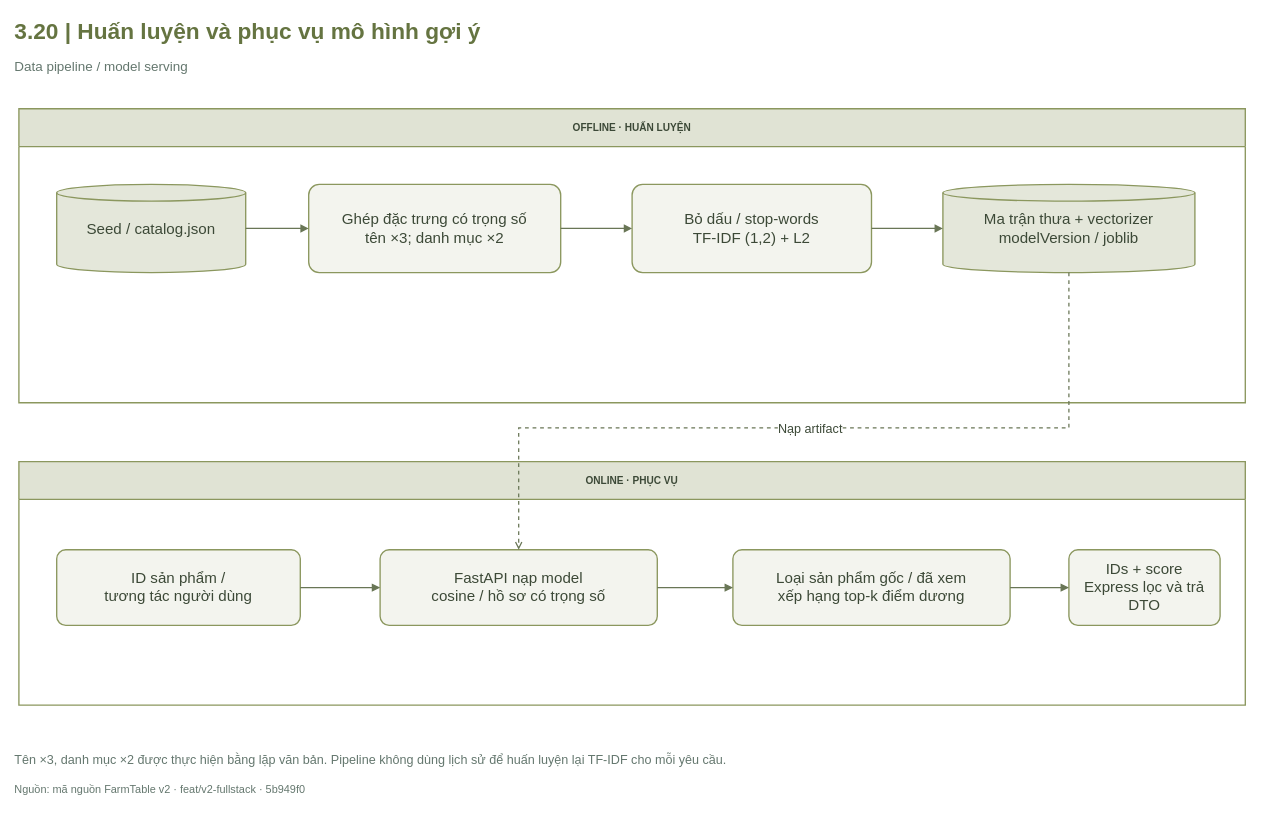
Before: FarmTable_Chuong3/So_do_BA/drawio/Hinh_3_20.drawio in hathu1272006-eng/PTWnangcao, a draw.io diagram. Source tidied: cells renumbered, new cells numbered last; positions are measured from the earlier drawing's top-left corner, leaving out a move shared by most shapes. Both pictures are drawn from the tidied source at 84%, with x=0, y=0 at pixel (14, 14).
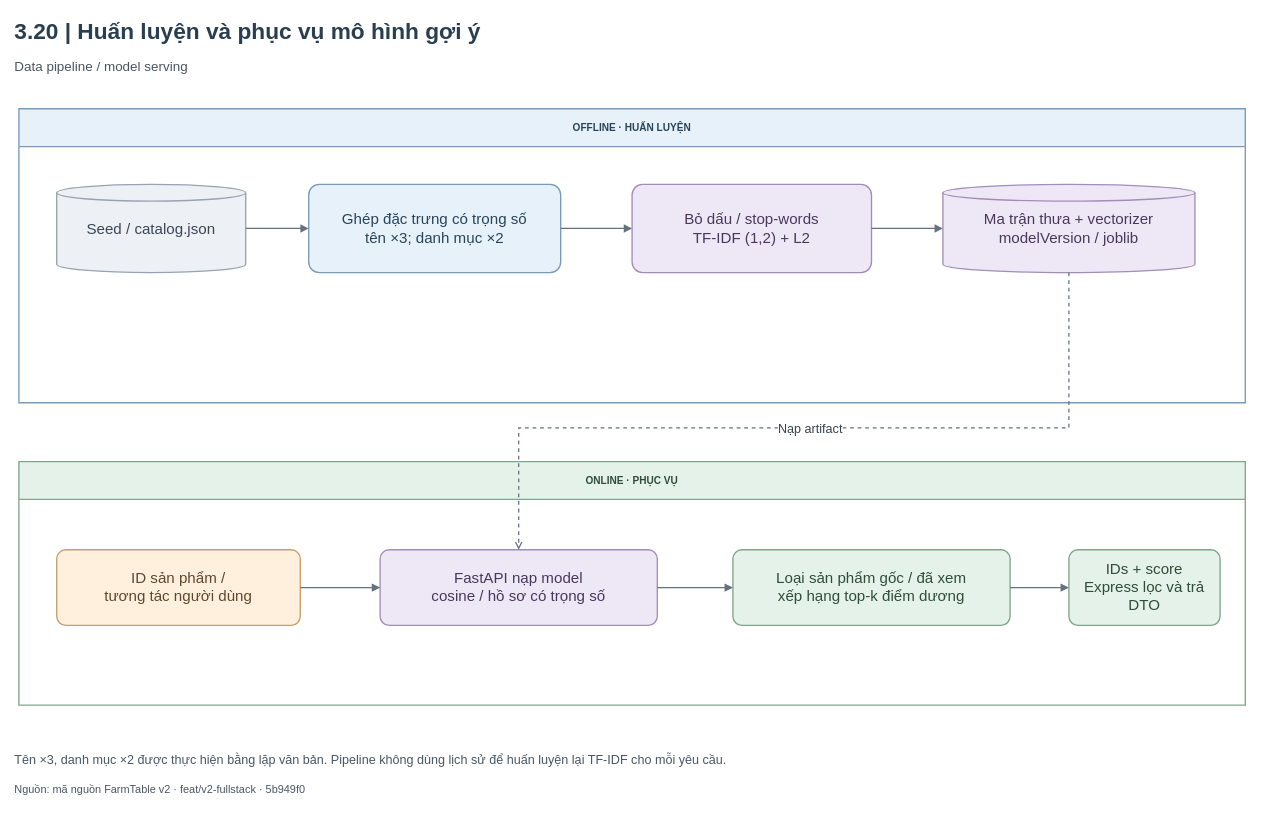
After the change.

Diff of the diagram source:
```diff
@@
-    <mxCell id="2" value="3.20  |  Huấn luyện và phục vụ mô hình gợi ý" style="html=1;whiteSpace=wrap;fontFamily=Arial;fontSize=18;strokeColor=#245C47;strokeWidth=1.6;fillColor=#FFFFFF;spacing=8;text;strokeColor=none;fillColor=none;align=left;verticalAlign=middle;fontSize=27;fontStyle=1;spacing=0;fontColor=#657441;" parent="1" vertex="1">
+    <mxCell id="2" value="3.20  |  Huấn luyện và phục vụ mô hình gợi ý" style="html=1;whiteSpace=wrap;fontFamily=Arial;fontSize=18;strokeColor=#245C47;strokeWidth=1.6;fillColor=#FFFFFF;spacing=8;text;strokeColor=none;fillColor=none;align=left;verticalAlign=middle;fontSize=27;fontStyle=1;spacing=0;fontColor=#293E50;" parent="1" vertex="1">
       <mxGeometry width="1480" height="40" as="geometry" />
     </mxCell>
-    <mxCell id="3" value="Data pipeline / model serving" style="html=1;whiteSpace=wrap;fontFamily=Arial;fontSize=18;fontColor=#243B32;strokeColor=#245C47;strokeWidth=1.6;fillColor=#FFFFFF;spacing=8;text;strokeColor=none;fillColor=none;align=left;verticalAlign=middle;fontSize=16;fontStyle=0;fontColor=#64776E;spacing=0;" parent="1" vertex="1">
+    <mxCell id="3" value="Data pipeline / model serving" style="html=1;whiteSpace=wrap;fontFamily=Arial;fontSize=18;strokeColor=#245C47;strokeWidth=1.6;fillColor=#FFFFFF;spacing=8;text;strokeColor=none;fillColor=none;align=left;verticalAlign=middle;fontSize=16;fontStyle=0;spacing=0;fontColor=#4A5563;" parent="1" vertex="1">
       <mxGeometry y="47" width="1480" height="28" as="geometry" />
     </mxCell>
-    <mxCell id="4" value="OFFLINE · HUẤN LUYỆN" style="html=1;whiteSpace=wrap;fontFamily=Arial;fontSize=18;strokeWidth=1.6;spacing=8;swimlane;horizontal=1;startSize=45;fontStyle=1;fillColor=#E0E3D4;strokeColor=#8B975E;fontColor=#3C4937;swimlaneFillColor=#FFFFFF;" parent="1" vertex="1">
+    <mxCell id="4" value="OFFLINE · HUẤN LUYỆN" style="html=1;whiteSpace=wrap;fontFamily=Arial;fontSize=18;strokeWidth=1.6;spacing=8;swimlane;horizontal=1;startSize=45;fontStyle=1;fillColor=#E7F1FA;strokeColor=#789AB8;fontColor=#29445A;swimlaneFillColor=#FFFFFF;" parent="1" vertex="1">
       <mxGeometry x="5" y="112" width="1460" height="350" as="geometry" />
     </mxCell>
-    <mxCell id="5" value="Seed / catalog.json" style="html=1;whiteSpace=wrap;fontFamily=Arial;fontSize=18;strokeWidth=1.6;spacing=8;shape=cylinder3;size=10;fillColor=#E4E7DA;strokeColor=#8B975E;fontColor=#3C4937;" parent="4" vertex="1">
+    <mxCell id="5" value="Seed / catalog.json" style="html=1;whiteSpace=wrap;fontFamily=Arial;fontSize=18;strokeWidth=1.6;spacing=8;shape=cylinder3;size=10;fillColor=#EDF0F4;strokeColor=#98A3B1;fontColor=#3B4655;" parent="4" vertex="1">
       <mxGeometry x="45" y="90" width="225" height="105" as="geometry" />
     </mxCell>
-    <mxCell id="6" value="Ghép đặc trưng có trọng số&lt;br/&gt;tên ×3; danh mục ×2" style="html=1;whiteSpace=wrap;fontFamily=Arial;fontSize=18;strokeWidth=1.6;spacing=8;rounded=1;arcSize=12;fillColor=#F3F4EE;strokeColor=#8B975E;fontColor=#3C4937;" parent="4" vertex="1">
+    <mxCell id="6" value="Ghép đặc trưng có trọng số&lt;br/&gt;tên ×3; danh mục ×2" style="html=1;whiteSpace=wrap;fontFamily=Arial;fontSize=18;strokeWidth=1.6;spacing=8;rounded=1;arcSize=12;fillColor=#E7F1FA;strokeColor=#789AB8;fontColor=#29445A;" parent="4" vertex="1">
       <mxGeometry x="345" y="90" width="300" height="105" as="geometry" />
     </mxCell>
-    <mxCell id="7" value="Bỏ dấu / stop-words&lt;br/&gt;TF-IDF (1,2) + L2" style="html=1;whiteSpace=wrap;fontFamily=Arial;fontSize=18;strokeWidth=1.6;spacing=8;rounded=1;arcSize=12;fillColor=#F3F4EE;strokeColor=#8B975E;fontColor=#3C4937;" parent="4" vertex="1">
+    <mxCell id="7" value="Bỏ dấu / stop-words&lt;br/&gt;TF-IDF (1,2) + L2" style="html=1;whiteSpace=wrap;fontFamily=Arial;fontSize=18;strokeWidth=1.6;spacing=8;rounded=1;arcSize=12;fillColor=#EEE8F6;strokeColor=#A28DB9;fontColor=#49385B;" parent="4" vertex="1">
       <mxGeometry x="730" y="90" width="285" height="105" as="geometry" />
     </mxCell>
-    <mxCell id="8" value="Ma trận thưa + vectorizer&lt;br/&gt;modelVersion / joblib" style="html=1;whiteSpace=wrap;fontFamily=Arial;fontSize=18;strokeWidth=1.6;spacing=8;shape=cylinder3;size=10;fillColor=#E4E7DA;strokeColor=#8B975E;fontColor=#3C4937;" parent="4" vertex="1">
+    <mxCell id="8" value="Ma trận thưa + vectorizer&lt;br/&gt;modelVersion / joblib" style="html=1;whiteSpace=wrap;fontFamily=Arial;fontSize=18;strokeWidth=1.6;spacing=8;shape=cylinder3;size=10;fillColor=#EEE8F6;strokeColor=#A28DB9;fontColor=#49385B;" parent="4" vertex="1">
       <mxGeometry x="1100" y="90" width="300" height="105" as="geometry" />
     </mxCell>
-    <mxCell id="9" value="ONLINE · PHỤC VỤ" style="html=1;whiteSpace=wrap;fontFamily=Arial;fontSize=18;strokeWidth=1.6;spacing=8;swimlane;horizontal=1;startSize=45;fontStyle=1;fillColor=#E0E3D4;strokeColor=#8B975E;fontColor=#3C4937;swimlaneFillColor=#FFFFFF;" parent="1" vertex="1">
+    <mxCell id="9" value="ONLINE · PHỤC VỤ" style="html=1;whiteSpace=wrap;fontFamily=Arial;fontSize=18;strokeWidth=1.6;spacing=8;swimlane;horizontal=1;startSize=45;fontStyle=1;fillColor=#E4F2E9;strokeColor=#7FA58B;fontColor=#304D3A;swimlaneFillColor=#FFFFFF;" parent="1" vertex="1">
       <mxGeometry x="5" y="532" width="1460" height="290" as="geometry" />
     </mxCell>
-    <mxCell id="10" value="ID sản phẩm /&lt;br/&gt;tương tác người dùng" style="html=1;whiteSpace=wrap;fontFamily=Arial;fontSize=18;strokeWidth=1.6;spacing=8;rounded=1;arcSize=12;fillColor=#F3F4EE;strokeColor=#8B975E;fontColor=#3C4937;" parent="9" vertex="1">
+    <mxCell id="10" value="ID sản phẩm /&lt;br/&gt;tương tác người dùng" style="html=1;whiteSpace=wrap;fontFamily=Arial;fontSize=18;strokeWidth=1.6;spacing=8;rounded=1;arcSize=12;fillColor=#FFF0DD;strokeColor=#C5A06C;fontColor=#5E482C;" parent="9" vertex="1">
       <mxGeometry x="45" y="105" width="290" height="90" as="geometry" />
     </mxCell>
-    <mxCell id="11" value="FastAPI nạp model&lt;br/&gt;cosine / hồ sơ có trọng số" style="html=1;whiteSpace=wrap;fontFamily=Arial;fontSize=18;strokeWidth=1.6;spacing=8;rounded=1;arcSize=12;fillColor=#F3F4EE;strokeColor=#8B975E;fontColor=#3C4937;" parent="9" vertex="1">
+    <mxCell id="11" value="FastAPI nạp model&lt;br/&gt;cosine / hồ sơ có trọng số" style="html=1;whiteSpace=wrap;fontFamily=Arial;fontSize=18;strokeWidth=1.6;spacing=8;rounded=1;arcSize=12;fillColor=#EEE8F6;strokeColor=#A28DB9;fontColor=#49385B;" parent="9" vertex="1">
       <mxGeometry x="430" y="105" width="330" height="90" as="geometry" />
     </mxCell>
-    <mxCell id="12" value="Loại sản phẩm gốc / đã xem&lt;br/&gt;xếp hạng top-k điểm dương" style="html=1;whiteSpace=wrap;fontFamily=Arial;fontSize=18;strokeWidth=1.6;spacing=8;rounded=1;arcSize=12;fillColor=#F3F4EE;strokeColor=#8B975E;fontColor=#3C4937;" parent="9" vertex="1">
+    <mxCell id="12" value="Loại sản phẩm gốc / đã xem&lt;br/&gt;xếp hạng top-k điểm dương" style="html=1;whiteSpace=wrap;fontFamily=Arial;fontSize=18;strokeWidth=1.6;spacing=8;rounded=1;arcSize=12;fillColor=#E4F2E9;strokeColor=#7FA58B;fontColor=#304D3A;" parent="9" vertex="1">
       <mxGeometry x="850" y="105" width="330" height="90" as="geometry" />
     </mxCell>
-    <mxCell id="13" value="IDs + score&lt;br/&gt;Express lọc và trả DTO" style="html=1;whiteSpace=wrap;fontFamily=Arial;fontSize=18;strokeWidth=1.6;spacing=8;rounded=1;arcSize=12;fillColor=#F3F4EE;strokeColor=#8B975E;fontColor=#3C4937;" parent="9" vertex="1">
+    <mxCell id="13" value="IDs + score&lt;br/&gt;Express lọc và trả DTO" style="html=1;whiteSpace=wrap;fontFamily=Arial;fontSize=18;strokeWidth=1.6;spacing=8;rounded=1;arcSize=12;fillColor=#E4F2E9;strokeColor=#7FA58B;fontColor=#304D3A;" parent="9" vertex="1">
       <mxGeometry x="1250" y="105" width="180" height="90" as="geometry" />
     </mxCell>
-    <mxCell id="14" style="edgeStyle=orthogonalEdgeStyle;rounded=0;jettySize=20;html=1;fontFamily=Arial;fontSize=15;labelBackgroundColor=#FFFFFF;strokeWidth=1.5;endArrow=block;endFill=1;exitX=1;exitY=0.5;entryX=0;entryY=0.5;exitDx=0;exitDy=0;entryDx=0;entryDy=0;strokeColor=#697656;fontColor=#3C4937;" parent="1" edge="1" source="5" target="6">
+    <mxCell id="14" style="edgeStyle=orthogonalEdgeStyle;rounded=0;jettySize=20;html=1;fontFamily=Arial;fontSize=15;labelBackgroundColor=#FFFFFF;strokeWidth=1.5;endArrow=block;endFill=1;exitX=1;exitY=0.5;entryX=0;entryY=0.5;exitDx=0;exitDy=0;entryDx=0;entryDy=0;strokeColor=#65717D;fontColor=#364152;" parent="1" edge="1" source="5" target="6">
       <mxGeometry relative="1" as="geometry" />
     </mxCell>
-    <mxCell id="15" style="edgeStyle=orthogonalEdgeStyle;rounded=0;jettySize=20;html=1;fontFamily=Arial;fontSize=15;labelBackgroundColor=#FFFFFF;strokeWidth=1.5;endArrow=block;endFill=1;exitX=1;exitY=0.5;entryX=0;entryY=0.5;exitDx=0;exitDy=0;entryDx=0;entryDy=0;strokeColor=#697656;fontColor=#3C4937;" parent="1" edge="1" source="6" target="7">
+    <mxCell id="15" style="edgeStyle=orthogonalEdgeStyle;rounded=0;jettySize=20;html=1;fontFamily=Arial;fontSize=15;labelBackgroundColor=#FFFFFF;strokeWidth=1.5;endArrow=block;endFill=1;exitX=1;exitY=0.5;entryX=0;entryY=0.5;exitDx=0;exitDy=0;entryDx=0;entryDy=0;strokeColor=#65717D;fontColor=#364152;" parent="1" edge="1" source="6" target="7">
       <mxGeometry relative="1" as="geometry" />
     </mxCell>
-    <mxCell id="16" style="edgeStyle=orthogonalEdgeStyle;rounded=0;jettySize=20;html=1;fontFamily=Arial;fontSize=15;labelBackgroundColor=#FFFFFF;strokeWidth=1.5;endArrow=block;endFill=1;exitX=1;exitY=0.5;entryX=0;entryY=0.5;exitDx=0;exitDy=0;entryDx=0;entryDy=0;strokeColor=#697656;fontColor=#3C4937;" parent="1" edge="1" source="7" target="8">
+    <mxCell id="16" style="edgeStyle=orthogonalEdgeStyle;rounded=0;jettySize=20;html=1;fontFamily=Arial;fontSize=15;labelBackgroundColor=#FFFFFF;strokeWidth=1.5;endArrow=block;endFill=1;exitX=1;exitY=0.5;entryX=0;entryY=0.5;exitDx=0;exitDy=0;entryDx=0;entryDy=0;strokeColor=#65717D;fontColor=#364152;" parent="1" edge="1" source="7" target="8">
       <mxGeometry relative="1" as="geometry" />
     </mxCell>
-    <mxCell id="17" style="edgeStyle=orthogonalEdgeStyle;rounded=0;jettySize=20;html=1;fontFamily=Arial;fontSize=15;labelBackgroundColor=#FFFFFF;strokeWidth=1.5;endArrow=block;endFill=1;exitX=1;exitY=0.5;entryX=0;entryY=0.5;exitDx=0;exitDy=0;entryDx=0;entryDy=0;strokeColor=#697656;fontColor=#3C4937;" parent="1" edge="1" source="10" target="11">
+    <mxCell id="17" style="edgeStyle=orthogonalEdgeStyle;rounded=0;jettySize=20;html=1;fontFamily=Arial;fontSize=15;labelBackgroundColor=#FFFFFF;strokeWidth=1.5;endArrow=block;endFill=1;exitX=1;exitY=0.5;entryX=0;entryY=0.5;exitDx=0;exitDy=0;entryDx=0;entryDy=0;strokeColor=#65717D;fontColor=#364152;" parent="1" edge="1" source="10" target="11">
       <mxGeometry relative="1" as="geometry" />
     </mxCell>
-    <mxCell id="18" style="edgeStyle=orthogonalEdgeStyle;rounded=0;jettySize=20;html=1;fontFamily=Arial;fontSize=15;labelBackgroundColor=#FFFFFF;strokeWidth=1.5;endArrow=block;endFill=1;exitX=1;exitY=0.5;entryX=0;entryY=0.5;exitDx=0;exitDy=0;entryDx=0;entryDy=0;strokeColor=#697656;fontColor=#3C4937;" parent="1" edge="1" source="11" target="12">
+    <mxCell id="18" style="edgeStyle=orthogonalEdgeStyle;rounded=0;jettySize=20;html=1;fontFamily=Arial;fontSize=15;labelBackgroundColor=#FFFFFF;strokeWidth=1.5;endArrow=block;endFill=1;exitX=1;exitY=0.5;entryX=0;entryY=0.5;exitDx=0;exitDy=0;entryDx=0;entryDy=0;strokeColor=#65717D;fontColor=#364152;" parent="1" edge="1" source="11" target="12">
       <mxGeometry relative="1" as="geometry" />
     </mxCell>
-    <mxCell id="19" style="edgeStyle=orthogonalEdgeStyle;rounded=0;jettySize=20;html=1;fontFamily=Arial;fontSize=15;labelBackgroundColor=#FFFFFF;strokeWidth=1.5;endArrow=block;endFill=1;exitX=1;exitY=0.5;entryX=0;entryY=0.5;exitDx=0;exitDy=0;entryDx=0;entryDy=0;strokeColor=#697656;fontColor=#3C4937;" parent="1" edge="1" source="12" target="13">
+    <mxCell id="19" style="edgeStyle=orthogonalEdgeStyle;rounded=0;jettySize=20;html=1;fontFamily=Arial;fontSize=15;labelBackgroundColor=#FFFFFF;strokeWidth=1.5;endArrow=block;endFill=1;exitX=1;exitY=0.5;entryX=0;entryY=0.5;exitDx=0;exitDy=0;entryDx=0;entryDy=0;strokeColor=#65717D;fontColor=#364152;" parent="1" edge="1" source="12" target="13">
       <mxGeometry relative="1" as="geometry" />
     </mxCell>
-    <mxCell id="20" value="Nạp artifact" style="edgeStyle=orthogonalEdgeStyle;rounded=0;jettySize=20;html=1;fontFamily=Arial;fontSize=15;labelBackgroundColor=#FFFFFF;strokeWidth=1.5;endArrow=block;endFill=1;dashed=1;endArrow=open;endFill=0;exitX=0.5;exitY=1;entryX=0.5;entryY=0;exitDx=0;exitDy=0;entryDx=0;entryDy=0;strokeColor=#697656;fontColor=#3C4937;" parent="1" edge="1" source="8" target="11">
+    <mxCell id="20" value="Nạp artifact" style="edgeStyle=orthogonalEdgeStyle;rounded=0;jettySize=20;html=1;fontFamily=Arial;fontSize=15;labelBackgroundColor=#FFFFFF;strokeWidth=1.5;endArrow=block;endFill=1;dashed=1;endArrow=open;endFill=0;exitX=0.5;exitY=1;entryX=0.5;entryY=0;exitDx=0;exitDy=0;entryDx=0;entryDy=0;strokeColor=#65717D;fontColor=#364152;" parent="1" edge="1" source="8" target="11">
       <mxGeometry relative="1" as="geometry">
         <Array as="points">
           <mxPoint x="1255" y="492" />
           <mxPoint x="600" y="492" />
         </Array>
       </mxGeometry>
     </mxCell>
-    <mxCell id="21" value="Tên ×3, danh mục ×2 được thực hiện bằng lặp văn bản. Pipeline không dùng lịch sử để huấn luyện lại TF-IDF cho mỗi yêu cầu." style="html=1;whiteSpace=wrap;fontFamily=Arial;fontSize=18;fontColor=#243B32;strokeColor=#245C47;strokeWidth=1.6;fillColor=#FFFFFF;spacing=8;text;strokeColor=none;fillColor=none;align=left;verticalAlign=middle;fontSize=15;fontStyle=0;fontColor=#64776E;spacing=0;" parent="1" vertex="1">
+    <mxCell id="21" value="Tên ×3, danh mục ×2 được thực hiện bằng lặp văn bản. Pipeline không dùng lịch sử để huấn luyện lại TF-IDF cho mỗi yêu cầu." style="html=1;whiteSpace=wrap;fontFamily=Arial;fontSize=18;strokeColor=#245C47;strokeWidth=1.6;fillColor=#FFFFFF;spacing=8;text;strokeColor=none;fillColor=none;align=left;verticalAlign=middle;fontSize=15;fontStyle=0;spacing=0;fontColor=#4A5563;" parent="1" vertex="1">
       <mxGeometry y="869" width="1480" height="35" as="geometry" />
     </mxCell>
-    <mxCell id="22" value="Nguồn: mã nguồn FarmTable v2 · feat/v2-fullstack · 5b949f0" style="html=1;whiteSpace=wrap;fontFamily=Arial;fontSize=18;fontColor=#243B32;strokeColor=#245C47;strokeWidth=1.6;fillColor=#FFFFFF;spacing=8;text;strokeColor=none;fillColor=none;align=left;verticalAlign=middle;fontSize=13;fontStyle=0;fontColor=#64776E;spacing=0;" parent="1" vertex="1">
+    <mxCell id="22" value="Nguồn: mã nguồn FarmTable v2 · feat/v2-fullstack · 5b949f0" style="html=1;whiteSpace=wrap;fontFamily=Arial;fontSize=18;strokeColor=#245C47;strokeWidth=1.6;fillColor=#FFFFFF;spacing=8;text;strokeColor=none;fillColor=none;align=left;verticalAlign=middle;fontSize=13;fontStyle=0;spacing=0;fontColor=#4A5563;" parent="1" vertex="1">
       <mxGeometry y="910" width="1480" height="24" as="geometry" />
     </mxCell>
```
